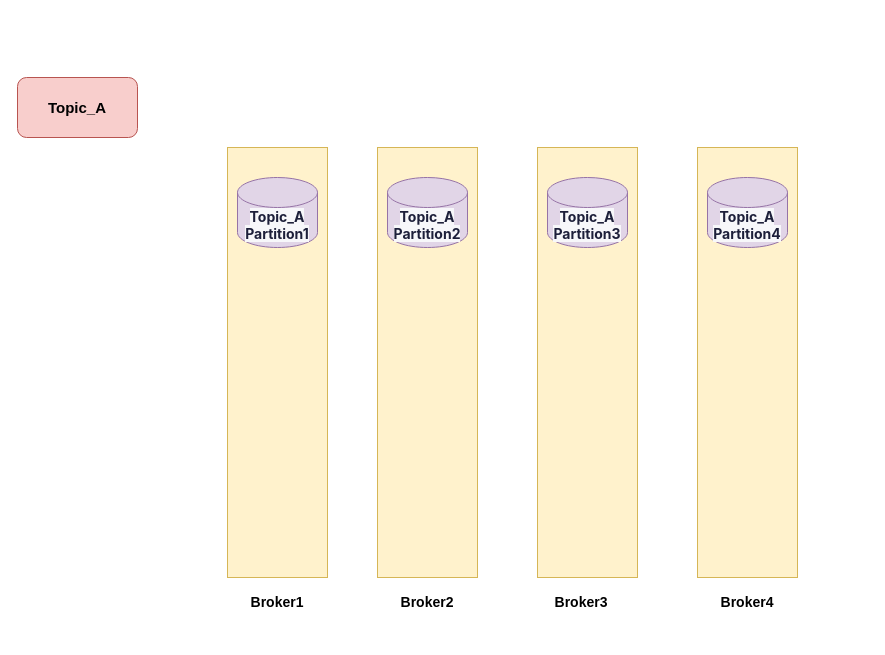
Earlier version of the draw.io diagram kafka.drawio (GeorgeWu19/MyRep). Source tidied: cells renumbered, new cells numbered last; positions are measured from the earlier drawing's top-left corner, leaving out a move shared by most shapes. Both pictures are drawn from the tidied source at 100%, with x=0, y=0 at pixel (17, 77).
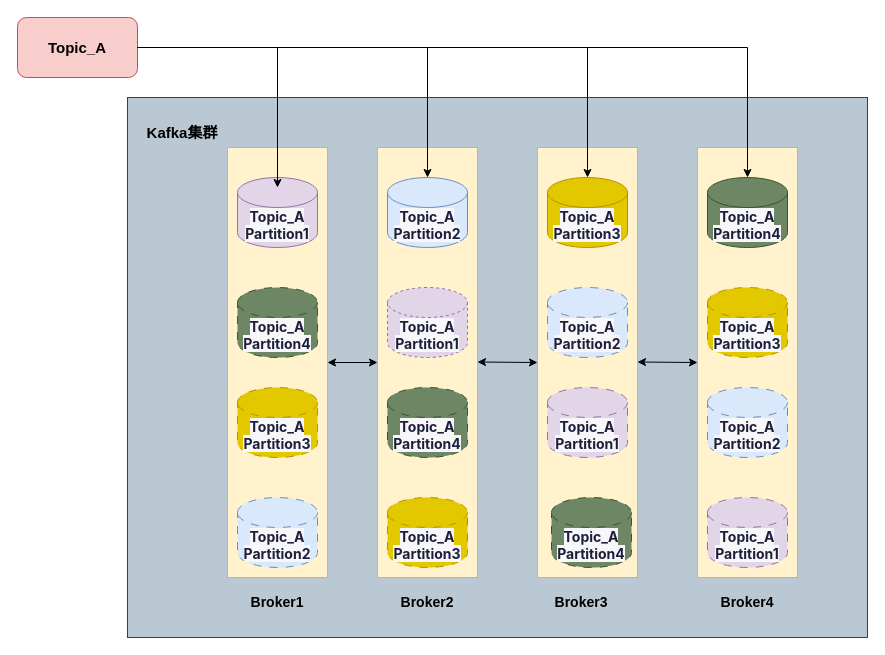
The same diagram, later.

Unchanged cells that the change refers to:
```xml
<mxCell id="3" style="rounded=0;whiteSpace=wrap;html=1;fillColor=#fff2cc;strokeColor=#d6b656;" parent="1" vertex="1">
  <mxGeometry x="360" y="70" width="100" height="430" as="geometry" />
</mxCell>
<mxCell id="4" style="rounded=0;whiteSpace=wrap;html=1;fillColor=#fff2cc;strokeColor=#d6b656;" parent="1" vertex="1">
  <mxGeometry x="520" y="70" width="100" height="430" as="geometry" />
</mxCell>
<mxCell id="5" style="rounded=0;whiteSpace=wrap;html=1;fillColor=#fff2cc;strokeColor=#d6b656;" parent="1" vertex="1">
  <mxGeometry x="680" y="70" width="100" height="430" as="geometry" />
</mxCell>
<mxCell id="11" value="&lt;span style=&quot;background-color: rgb(247, 247, 250); color: rgb(29, 31, 58); font-family: -apple-system, BlinkMacSystemFont, &amp;quot;Segoe UI&amp;quot;, Roboto, &amp;quot;Helvetica Neue&amp;quot;, Arial, &amp;quot;Noto Sans&amp;quot;, sans-serif, &amp;quot;Apple Color Emoji&amp;quot;, &amp;quot;Segoe UI Emoji&amp;quot;, &amp;quot;Segoe UI Symbol&amp;quot;, &amp;quot;Noto Color Emoji&amp;quot;; font-size: 14px; text-align: start;&quot;&gt;Topic_A&lt;br&gt;Partition1&lt;/span&gt;" style="shape=cylinder3;whiteSpace=wrap;html=1;boundedLbl=1;backgroundOutline=1;size=15;fillColor=#e1d5e7;strokeColor=#9673a6;fontStyle=1;" parent="1" vertex="1">
  <mxGeometry x="220" y="100" width="80" height="70" as="geometry" />
</mxCell>
```

Diff of the diagram source:
```diff
@@
+    <mxCell id="15" style="rounded=0;whiteSpace=wrap;html=1;fillColor=#bac8d3;strokeColor=#23445d;" parent="1" vertex="1">
+      <mxGeometry x="110" y="20" width="740" height="540" as="geometry" />
+    </mxCell>
@@
+    <mxCell id="16" style="edgeStyle=orthogonalEdgeStyle;rounded=0;jettySize=auto;html=1;exitX=1;exitY=0.5;exitDx=0;exitDy=0;" parent="1" edge="1" source="10" target="12">
+      <mxGeometry relative="1" as="geometry" />
+    </mxCell>
+    <mxCell id="17" style="edgeStyle=orthogonalEdgeStyle;rounded=0;jettySize=auto;html=1;exitX=1;exitY=0.5;exitDx=0;exitDy=0;" parent="1" edge="1" source="10" target="13">
+      <mxGeometry relative="1" as="geometry" />
+    </mxCell>
     <mxCell id="10" value="&lt;b&gt;&lt;font style=&quot;font-size: 15px;&quot;&gt;Topic_A&lt;/font&gt;&lt;/b&gt;" style="rounded=1;whiteSpace=wrap;html=1;fillColor=#f8cecc;strokeColor=#b85450;" parent="1" vertex="1">
-      <mxGeometry width="120" height="60" as="geometry" />
+      <mxGeometry y="-60" width="120" height="60" as="geometry" />
     </mxCell>
@@
-    <mxCell id="12" value="&lt;span style=&quot;background-color: rgb(247, 247, 250); color: rgb(29, 31, 58); font-family: -apple-system, BlinkMacSystemFont, &amp;quot;Segoe UI&amp;quot;, Roboto, &amp;quot;Helvetica Neue&amp;quot;, Arial, &amp;quot;Noto Sans&amp;quot;, sans-serif, &amp;quot;Apple Color Emoji&amp;quot;, &amp;quot;Segoe UI Emoji&amp;quot;, &amp;quot;Segoe UI Symbol&amp;quot;, &amp;quot;Noto Color Emoji&amp;quot;; font-size: 14px; text-align: start;&quot;&gt;Topic_A&lt;br&gt;Partition2&lt;/span&gt;" style="shape=cylinder3;whiteSpace=wrap;html=1;boundedLbl=1;backgroundOutline=1;size=15;fillColor=#e1d5e7;strokeColor=#9673a6;fontStyle=1;" parent="1" vertex="1">
+    <mxCell id="12" value="&lt;span style=&quot;background-color: rgb(247, 247, 250); color: rgb(29, 31, 58); font-family: -apple-system, BlinkMacSystemFont, &amp;quot;Segoe UI&amp;quot;, Roboto, &amp;quot;Helvetica Neue&amp;quot;, Arial, &amp;quot;Noto Sans&amp;quot;, sans-serif, &amp;quot;Apple Color Emoji&amp;quot;, &amp;quot;Segoe UI Emoji&amp;quot;, &amp;quot;Segoe UI Symbol&amp;quot;, &amp;quot;Noto Color Emoji&amp;quot;; font-size: 14px; text-align: start;&quot;&gt;Topic_A&lt;br&gt;Partition2&lt;/span&gt;" style="shape=cylinder3;whiteSpace=wrap;html=1;boundedLbl=1;backgroundOutline=1;size=15;fillColor=#dae8fc;strokeColor=#6c8ebf;fontStyle=1;" parent="1" vertex="1">
       <mxGeometry x="370" y="100" width="80" height="70" as="geometry" />
     </mxCell>
-    <mxCell id="13" value="&lt;span style=&quot;background-color: rgb(247, 247, 250); color: rgb(29, 31, 58); font-family: -apple-system, BlinkMacSystemFont, &amp;quot;Segoe UI&amp;quot;, Roboto, &amp;quot;Helvetica Neue&amp;quot;, Arial, &amp;quot;Noto Sans&amp;quot;, sans-serif, &amp;quot;Apple Color Emoji&amp;quot;, &amp;quot;Segoe UI Emoji&amp;quot;, &amp;quot;Segoe UI Symbol&amp;quot;, &amp;quot;Noto Color Emoji&amp;quot;; font-size: 14px; text-align: start;&quot;&gt;Topic_A&lt;br&gt;Partition3&lt;/span&gt;" style="shape=cylinder3;whiteSpace=wrap;html=1;boundedLbl=1;backgroundOutline=1;size=15;fillColor=#e1d5e7;strokeColor=#9673a6;fontStyle=1;" parent="1" vertex="1">
+    <mxCell id="13" value="&lt;span style=&quot;background-color: rgb(247, 247, 250); color: rgb(29, 31, 58); font-family: -apple-system, BlinkMacSystemFont, &amp;quot;Segoe UI&amp;quot;, Roboto, &amp;quot;Helvetica Neue&amp;quot;, Arial, &amp;quot;Noto Sans&amp;quot;, sans-serif, &amp;quot;Apple Color Emoji&amp;quot;, &amp;quot;Segoe UI Emoji&amp;quot;, &amp;quot;Segoe UI Symbol&amp;quot;, &amp;quot;Noto Color Emoji&amp;quot;; font-size: 14px; text-align: start;&quot;&gt;Topic_A&lt;br&gt;Partition3&lt;/span&gt;" style="shape=cylinder3;whiteSpace=wrap;html=1;boundedLbl=1;backgroundOutline=1;size=15;fillColor=#e3c800;strokeColor=#B09500;fontStyle=1;fontColor=#000000;" parent="1" vertex="1">
       <mxGeometry x="530" y="100" width="80" height="70" as="geometry" />
     </mxCell>
-    <mxCell id="14" value="&lt;span style=&quot;background-color: rgb(247, 247, 250); color: rgb(29, 31, 58); font-family: -apple-system, BlinkMacSystemFont, &amp;quot;Segoe UI&amp;quot;, Roboto, &amp;quot;Helvetica Neue&amp;quot;, Arial, &amp;quot;Noto Sans&amp;quot;, sans-serif, &amp;quot;Apple Color Emoji&amp;quot;, &amp;quot;Segoe UI Emoji&amp;quot;, &amp;quot;Segoe UI Symbol&amp;quot;, &amp;quot;Noto Color Emoji&amp;quot;; font-size: 14px; text-align: start;&quot;&gt;Topic_A&lt;br&gt;Partition4&lt;/span&gt;" style="shape=cylinder3;whiteSpace=wrap;html=1;boundedLbl=1;backgroundOutline=1;size=15;fillColor=#e1d5e7;strokeColor=#9673a6;fontStyle=1;" parent="1" vertex="1">
+    <mxCell id="14" value="&lt;span style=&quot;background-color: rgb(247, 247, 250); color: rgb(29, 31, 58); font-family: -apple-system, BlinkMacSystemFont, &amp;quot;Segoe UI&amp;quot;, Roboto, &amp;quot;Helvetica Neue&amp;quot;, Arial, &amp;quot;Noto Sans&amp;quot;, sans-serif, &amp;quot;Apple Color Emoji&amp;quot;, &amp;quot;Segoe UI Emoji&amp;quot;, &amp;quot;Segoe UI Symbol&amp;quot;, &amp;quot;Noto Color Emoji&amp;quot;; font-size: 14px; text-align: start;&quot;&gt;Topic_A&lt;br&gt;Partition4&lt;/span&gt;" style="shape=cylinder3;whiteSpace=wrap;html=1;boundedLbl=1;backgroundOutline=1;size=15;fillColor=#6d8764;strokeColor=#3A5431;fontStyle=1;fontColor=#ffffff;" parent="1" vertex="1">
       <mxGeometry x="690" y="100" width="80" height="70" as="geometry" />
     </mxCell>
+    <mxCell id="18" style="edgeStyle=orthogonalEdgeStyle;rounded=0;jettySize=auto;html=1;exitX=1;exitY=0.5;exitDx=0;exitDy=0;entryX=0.5;entryY=0.143;entryDx=0;entryDy=0;entryPerimeter=0;" parent="1" edge="1" source="10" target="11">
+      <mxGeometry relative="1" as="geometry" />
+    </mxCell>
+    <mxCell id="19" style="edgeStyle=orthogonalEdgeStyle;rounded=0;jettySize=auto;html=1;exitX=1;exitY=0.5;exitDx=0;exitDy=0;entryX=0.5;entryY=0;entryDx=0;entryDy=0;entryPerimeter=0;" parent="1" edge="1" source="10" target="14">
+      <mxGeometry relative="1" as="geometry" />
+    </mxCell>
+    <mxCell id="20" value="&lt;span style=&quot;background-color: rgb(247, 247, 250); color: rgb(29, 31, 58); font-family: -apple-system, BlinkMacSystemFont, &amp;quot;Segoe UI&amp;quot;, Roboto, &amp;quot;Helvetica Neue&amp;quot;, Arial, &amp;quot;Noto Sans&amp;quot;, sans-serif, &amp;quot;Apple Color Emoji&amp;quot;, &amp;quot;Segoe UI Emoji&amp;quot;, &amp;quot;Segoe UI Symbol&amp;quot;, &amp;quot;Noto Color Emoji&amp;quot;; font-size: 14px; text-align: start;&quot;&gt;Topic_A&lt;br&gt;Partition1&lt;/span&gt;" style="shape=cylinder3;whiteSpace=wrap;html=1;boundedLbl=1;backgroundOutline=1;size=15;fillColor=#e1d5e7;strokeColor=#9673a6;fontStyle=1;dashed=1;" parent="1" vertex="1">
+      <mxGeometry x="370" y="210" width="80" height="70" as="geometry" />
+    </mxCell>
+    <mxCell id="21" value="&lt;span style=&quot;background-color: rgb(247, 247, 250); color: rgb(29, 31, 58); font-family: -apple-system, BlinkMacSystemFont, &amp;quot;Segoe UI&amp;quot;, Roboto, &amp;quot;Helvetica Neue&amp;quot;, Arial, &amp;quot;Noto Sans&amp;quot;, sans-serif, &amp;quot;Apple Color Emoji&amp;quot;, &amp;quot;Segoe UI Emoji&amp;quot;, &amp;quot;Segoe UI Symbol&amp;quot;, &amp;quot;Noto Color Emoji&amp;quot;; font-size: 14px; text-align: start;&quot;&gt;Topic_A&lt;br&gt;Partition1&lt;/span&gt;" style="shape=cylinder3;whiteSpace=wrap;html=1;boundedLbl=1;backgroundOutline=1;size=15;fillColor=#e1d5e7;strokeColor=#9673a6;fontStyle=1;dashed=1;dashPattern=8 8;" parent="1" vertex="1">
+      <mxGeometry x="530" y="310" width="80" height="70" as="geometry" />
+    </mxCell>
+    <mxCell id="22" value="&lt;span style=&quot;background-color: rgb(247, 247, 250); color: rgb(29, 31, 58); font-family: -apple-system, BlinkMacSystemFont, &amp;quot;Segoe UI&amp;quot;, Roboto, &amp;quot;Helvetica Neue&amp;quot;, Arial, &amp;quot;Noto Sans&amp;quot;, sans-serif, &amp;quot;Apple Color Emoji&amp;quot;, &amp;quot;Segoe UI Emoji&amp;quot;, &amp;quot;Segoe UI Symbol&amp;quot;, &amp;quot;Noto Color Emoji&amp;quot;; font-size: 14px; text-align: start;&quot;&gt;Topic_A&lt;br&gt;Partition1&lt;/span&gt;" style="shape=cylinder3;whiteSpace=wrap;html=1;boundedLbl=1;backgroundOutline=1;size=15;fillColor=#e1d5e7;strokeColor=#9673a6;fontStyle=1;dashed=1;dashPattern=8 8;" parent="1" vertex="1">
+      <mxGeometry x="690" y="420" width="80" height="70" as="geometry" />
+    </mxCell>
+    <mxCell id="23" value="&lt;span style=&quot;background-color: rgb(247, 247, 250); color: rgb(29, 31, 58); font-family: -apple-system, BlinkMacSystemFont, &amp;quot;Segoe UI&amp;quot;, Roboto, &amp;quot;Helvetica Neue&amp;quot;, Arial, &amp;quot;Noto Sans&amp;quot;, sans-serif, &amp;quot;Apple Color Emoji&amp;quot;, &amp;quot;Segoe UI Emoji&amp;quot;, &amp;quot;Segoe UI Symbol&amp;quot;, &amp;quot;Noto Color Emoji&amp;quot;; font-size: 14px; text-align: start;&quot;&gt;Topic_A&lt;br&gt;Partition2&lt;/span&gt;" style="shape=cylinder3;whiteSpace=wrap;html=1;boundedLbl=1;backgroundOutline=1;size=15;fillColor=#dae8fc;strokeColor=#6c8ebf;fontStyle=1;dashed=1;dashPattern=8 8;" parent="1" vertex="1">
+      <mxGeometry x="530" y="210" width="80" height="70" as="geometry" />
+    </mxCell>
+    <mxCell id="24" value="&lt;span style=&quot;background-color: rgb(247, 247, 250); color: rgb(29, 31, 58); font-family: -apple-system, BlinkMacSystemFont, &amp;quot;Segoe UI&amp;quot;, Roboto, &amp;quot;Helvetica Neue&amp;quot;, Arial, &amp;quot;Noto Sans&amp;quot;, sans-serif, &amp;quot;Apple Color Emoji&amp;quot;, &amp;quot;Segoe UI Emoji&amp;quot;, &amp;quot;Segoe UI Symbol&amp;quot;, &amp;quot;Noto Color Emoji&amp;quot;; font-size: 14px; text-align: start;&quot;&gt;Topic_A&lt;br&gt;Partition2&lt;/span&gt;" style="shape=cylinder3;whiteSpace=wrap;html=1;boundedLbl=1;backgroundOutline=1;size=15;fillColor=#dae8fc;strokeColor=#6c8ebf;fontStyle=1;dashed=1;dashPattern=8 8;" parent="1" vertex="1">
+      <mxGeometry x="690" y="310" width="80" height="70" as="geometry" />
+    </mxCell>
+    <mxCell id="25" value="&lt;span style=&quot;background-color: rgb(247, 247, 250); color: rgb(29, 31, 58); font-family: -apple-system, BlinkMacSystemFont, &amp;quot;Segoe UI&amp;quot;, Roboto, &amp;quot;Helvetica Neue&amp;quot;, Arial, &amp;quot;Noto Sans&amp;quot;, sans-serif, &amp;quot;Apple Color Emoji&amp;quot;, &amp;quot;Segoe UI Emoji&amp;quot;, &amp;quot;Segoe UI Symbol&amp;quot;, &amp;quot;Noto Color Emoji&amp;quot;; font-size: 14px; text-align: start;&quot;&gt;Topic_A&lt;br&gt;Partition2&lt;/span&gt;" style="shape=cylinder3;whiteSpace=wrap;html=1;boundedLbl=1;backgroundOutline=1;size=15;fillColor=#dae8fc;strokeColor=#6c8ebf;fontStyle=1;dashed=1;dashPattern=8 8;" parent="1" vertex="1">
+      <mxGeometry x="220" y="420" width="80" height="70" as="geometry" />
+    </mxCell>
+    <mxCell id="26" value="&lt;span style=&quot;background-color: rgb(247, 247, 250); color: rgb(29, 31, 58); font-family: -apple-system, BlinkMacSystemFont, &amp;quot;Segoe UI&amp;quot;, Roboto, &amp;quot;Helvetica Neue&amp;quot;, Arial, &amp;quot;Noto Sans&amp;quot;, sans-serif, &amp;quot;Apple Color Emoji&amp;quot;, &amp;quot;Segoe UI Emoji&amp;quot;, &amp;quot;Segoe UI Symbol&amp;quot;, &amp;quot;Noto Color Emoji&amp;quot;; font-size: 14px; text-align: start;&quot;&gt;Topic_A&lt;br&gt;Partition4&lt;/span&gt;" style="shape=cylinder3;whiteSpace=wrap;html=1;boundedLbl=1;backgroundOutline=1;size=15;fillColor=#6d8764;strokeColor=#3A5431;fontStyle=1;fontColor=#ffffff;dashed=1;dashPattern=8 8;" parent="1" vertex="1">
+      <mxGeometry x="220" y="210" width="80" height="70" as="geometry" />
+    </mxCell>
+    <mxCell id="27" value="&lt;span style=&quot;background-color: rgb(247, 247, 250); color: rgb(29, 31, 58); font-family: -apple-system, BlinkMacSystemFont, &amp;quot;Segoe UI&amp;quot;, Roboto, &amp;quot;Helvetica Neue&amp;quot;, Arial, &amp;quot;Noto Sans&amp;quot;, sans-serif, &amp;quot;Apple Color Emoji&amp;quot;, &amp;quot;Segoe UI Emoji&amp;quot;, &amp;quot;Segoe UI Symbol&amp;quot;, &amp;quot;Noto Color Emoji&amp;quot;; font-size: 14px; text-align: start;&quot;&gt;Topic_A&lt;br&gt;Partition4&lt;/span&gt;" style="shape=cylinder3;whiteSpace=wrap;html=1;boundedLbl=1;backgroundOutline=1;size=15;fillColor=#6d8764;strokeColor=#3A5431;fontStyle=1;fontColor=#ffffff;dashed=1;dashPattern=8 8;" parent="1" vertex="1">
+      <mxGeometry x="370" y="310" width="80" height="70" as="geometry" />
+    </mxCell>
+    <mxCell id="28" value="&lt;span style=&quot;background-color: rgb(247, 247, 250); color: rgb(29, 31, 58); font-family: -apple-system, BlinkMacSystemFont, &amp;quot;Segoe UI&amp;quot;, Roboto, &amp;quot;Helvetica Neue&amp;quot;, Arial, &amp;quot;Noto Sans&amp;quot;, sans-serif, &amp;quot;Apple Color Emoji&amp;quot;, &amp;quot;Segoe UI Emoji&amp;quot;, &amp;quot;Segoe UI Symbol&amp;quot;, &amp;quot;Noto Color Emoji&amp;quot;; font-size: 14px; text-align: start;&quot;&gt;Topic_A&lt;br&gt;Partition4&lt;/span&gt;" style="shape=cylinder3;whiteSpace=wrap;html=1;boundedLbl=1;backgroundOutline=1;size=15;fillColor=#6d8764;strokeColor=#3A5431;fontStyle=1;fontColor=#ffffff;dashed=1;dashPattern=8 8;" parent="1" vertex="1">
+      <mxGeometry x="534" y="420" width="80" height="70" as="geometry" />
+    </mxCell>
+    <mxCell id="29" value="&lt;span style=&quot;background-color: rgb(247, 247, 250); color: rgb(29, 31, 58); font-family: -apple-system, BlinkMacSystemFont, &amp;quot;Segoe UI&amp;quot;, Roboto, &amp;quot;Helvetica Neue&amp;quot;, Arial, &amp;quot;Noto Sans&amp;quot;, sans-serif, &amp;quot;Apple Color Emoji&amp;quot;, &amp;quot;Segoe UI Emoji&amp;quot;, &amp;quot;Segoe UI Symbol&amp;quot;, &amp;quot;Noto Color Emoji&amp;quot;; font-size: 14px; text-align: start;&quot;&gt;Topic_A&lt;br&gt;Partition3&lt;/span&gt;" style="shape=cylinder3;whiteSpace=wrap;html=1;boundedLbl=1;backgroundOutline=1;size=15;fillColor=#e3c800;strokeColor=#B09500;fontStyle=1;fontColor=#000000;dashed=1;dashPattern=8 8;" parent="1" vertex="1">
+      <mxGeometry x="690" y="210" width="80" height="70" as="geometry" />
+    </mxCell>
+    <mxCell id="30" value="&lt;span style=&quot;background-color: rgb(247, 247, 250); color: rgb(29, 31, 58); font-family: -apple-system, BlinkMacSystemFont, &amp;quot;Segoe UI&amp;quot;, Roboto, &amp;quot;Helvetica Neue&amp;quot;, Arial, &amp;quot;Noto Sans&amp;quot;, sans-serif, &amp;quot;Apple Color Emoji&amp;quot;, &amp;quot;Segoe UI Emoji&amp;quot;, &amp;quot;Segoe UI Symbol&amp;quot;, &amp;quot;Noto Color Emoji&amp;quot;; font-size: 14px; text-align: start;&quot;&gt;Topic_A&lt;br&gt;Partition3&lt;/span&gt;" style="shape=cylinder3;whiteSpace=wrap;html=1;boundedLbl=1;backgroundOutline=1;size=15;fillColor=#e3c800;strokeColor=#B09500;fontStyle=1;fontColor=#000000;dashed=1;dashPattern=8 8;" parent="1" vertex="1">
+      <mxGeometry x="220" y="310" width="80" height="70" as="geometry" />
+    </mxCell>
+    <mxCell id="31" value="&lt;span style=&quot;background-color: rgb(247, 247, 250); color: rgb(29, 31, 58); font-family: -apple-system, BlinkMacSystemFont, &amp;quot;Segoe UI&amp;quot;, Roboto, &amp;quot;Helvetica Neue&amp;quot;, Arial, &amp;quot;Noto Sans&amp;quot;, sans-serif, &amp;quot;Apple Color Emoji&amp;quot;, &amp;quot;Segoe UI Emoji&amp;quot;, &amp;quot;Segoe UI Symbol&amp;quot;, &amp;quot;Noto Color Emoji&amp;quot;; font-size: 14px; text-align: start;&quot;&gt;Topic_A&lt;br&gt;Partition3&lt;/span&gt;" style="shape=cylinder3;whiteSpace=wrap;html=1;boundedLbl=1;backgroundOutline=1;size=15;fillColor=#e3c800;strokeColor=#B09500;fontStyle=1;fontColor=#000000;dashed=1;dashPattern=8 8;" parent="1" vertex="1">
+      <mxGeometry x="370" y="420" width="80" height="70" as="geometry" />
+    </mxCell>
+    <mxCell id="32" style="endArrow=classic;startArrow=classic;html=1;rounded=0;entryX=0;entryY=0.5;entryDx=0;entryDy=0;" parent="1" edge="1" target="3">
+      <mxGeometry relative="1" as="geometry">
+        <mxPoint x="310" y="285" as="sourcePoint" />
+      </mxGeometry>
+    </mxCell>
+    <mxCell id="33" style="endArrow=classic;startArrow=classic;html=1;rounded=0;entryX=0;entryY=0.5;entryDx=0;entryDy=0;" parent="1" edge="1" target="4">
+      <mxGeometry relative="1" as="geometry">
+        <mxPoint x="460" y="284.5" as="sourcePoint" />
+      </mxGeometry>
+    </mxCell>
+    <mxCell id="34" style="endArrow=classic;startArrow=classic;html=1;rounded=0;entryX=0;entryY=0.5;entryDx=0;entryDy=0;" parent="1" edge="1" target="5">
+      <mxGeometry relative="1" as="geometry">
+        <mxPoint x="620" y="284.5" as="sourcePoint" />
+      </mxGeometry>
+    </mxCell>
+    <mxCell id="35" value="Kafka集群" style="text;html=1;strokeColor=none;fillColor=none;align=center;verticalAlign=middle;whiteSpace=wrap;rounded=0;fontStyle=1;fontSize=15;" parent="1" vertex="1">
+      <mxGeometry x="120" y="40" width="90" height="30" as="geometry" />
+    </mxCell>
```
